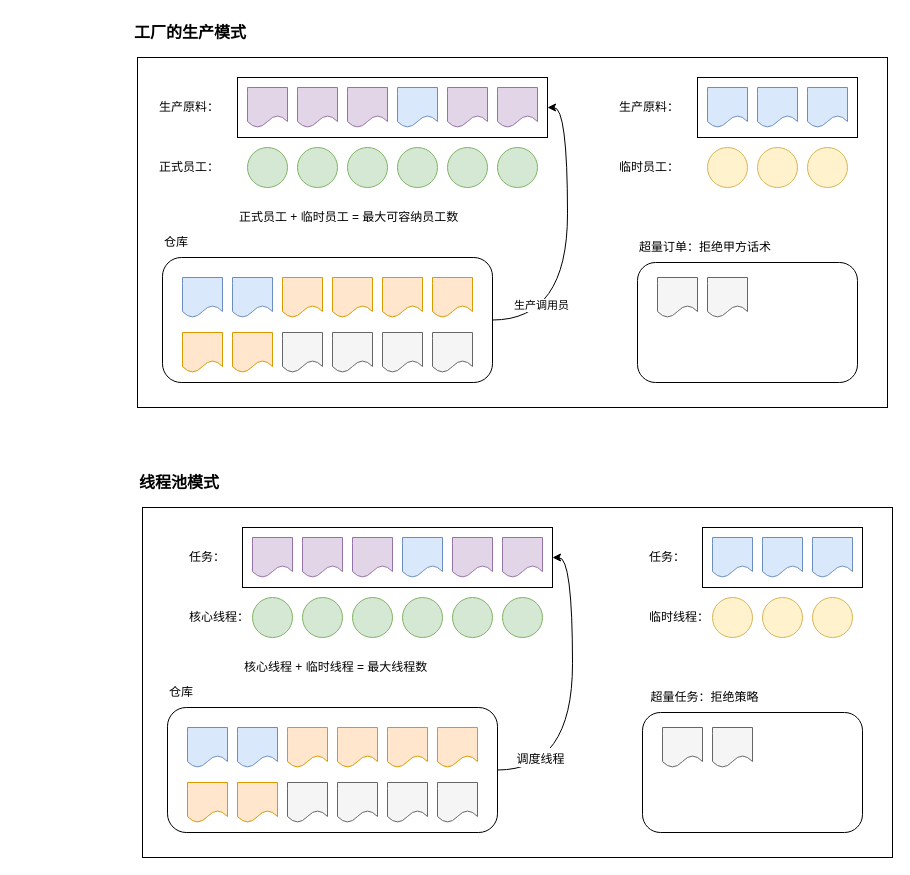
thebesteric/draw.io keeps this draw.io diagram as juc/ThreadPool.drawio. Above is the earlier version. Source tidied: cells renumbered, new cells numbered last; positions are measured from the earlier drawing's top-left corner, leaving out a move shared by most shapes. Both pictures are drawn from the tidied source at 100%, with x=0, y=0 at pixel (132, 17).
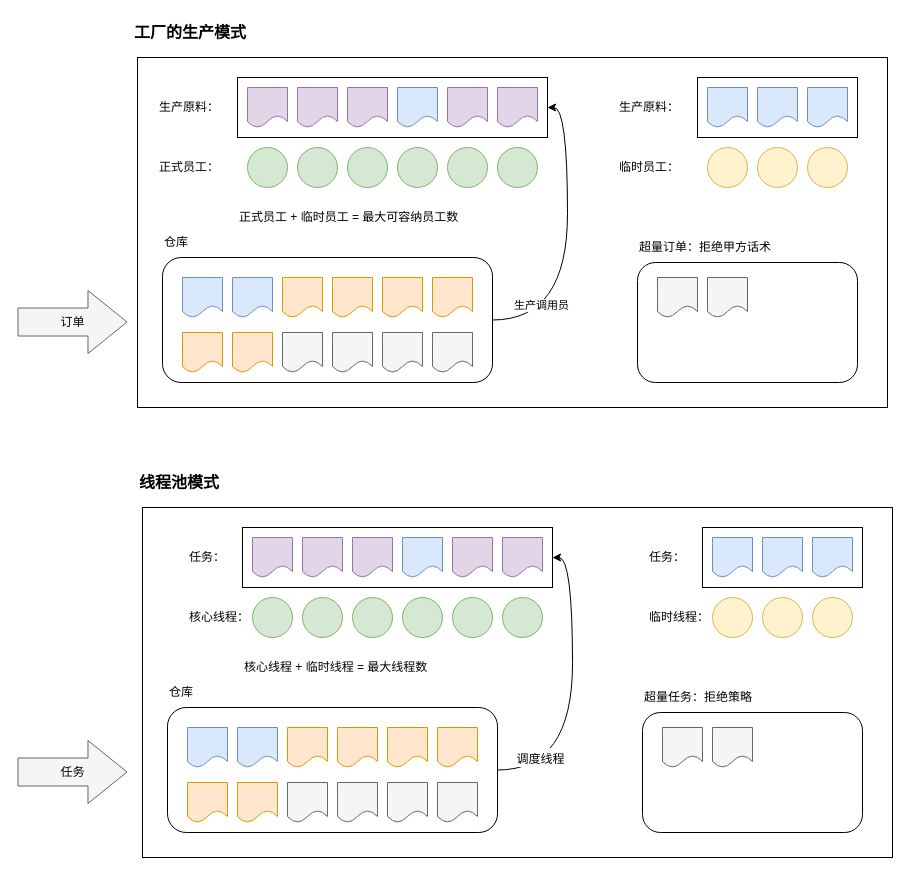
The same page after the edit.

The edit, as a diff of the source:
```diff
@@
-    <mxCell id="90" value="超量任务：拒绝策略" style="text;html=1;strokeColor=none;fillColor=none;align=center;verticalAlign=middle;whiteSpace=wrap;rounded=0;" parent="1" vertex="1">
+    <mxCell id="90" value="超量任务：拒绝策略" style="text;html=1;strokeColor=none;fillColor=none;align=left;verticalAlign=middle;whiteSpace=wrap;rounded=0;" parent="1" vertex="1">
       <mxGeometry x="510" y="665" width="125" height="30" as="geometry" />
     </mxCell>
@@
+    <mxCell id="96" value="订单" style="shape=flexArrow;endArrow=classic;html=1;rounded=0;fontSize=12;curved=1;endWidth=34;endSize=12.67;width=28;fillColor=#f5f5f5;strokeColor=#666666;labelBackgroundColor=none;" parent="1" edge="1">
+      <mxGeometry relative="1" as="geometry">
+        <mxPoint x="-115" y="304.5" as="sourcePoint" />
+        <mxPoint x="-5" y="304.5" as="targetPoint" />
+      </mxGeometry>
+    </mxCell>
+    <mxCell id="97" value="任务" style="shape=flexArrow;endArrow=classic;html=1;rounded=0;fontSize=12;curved=1;endWidth=34;endSize=12.67;width=28;fillColor=#f5f5f5;strokeColor=#666666;labelBackgroundColor=none;" parent="1" edge="1">
+      <mxGeometry relative="1" as="geometry">
+        <mxPoint x="-115" y="754.5" as="sourcePoint" />
+        <mxPoint x="-5" y="754.5" as="targetPoint" />
+      </mxGeometry>
+    </mxCell>
```
